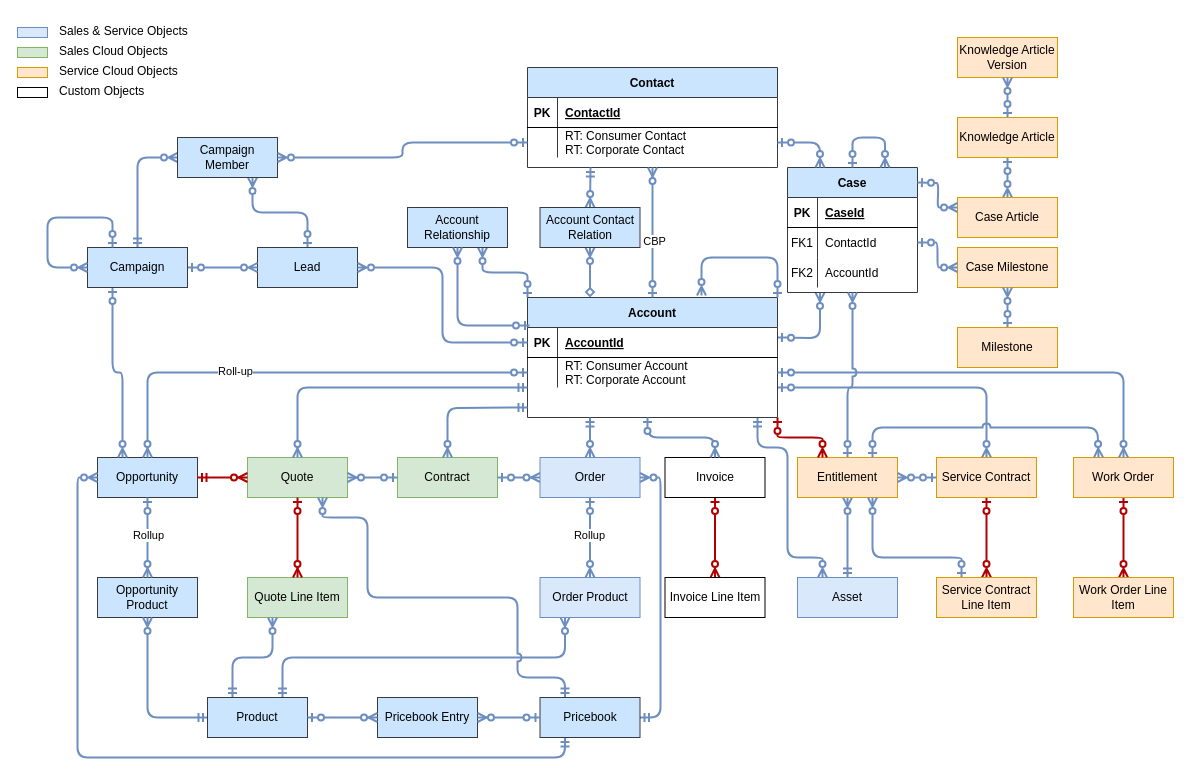
The draw.io diagram page "Sales-Service" (1 of 4) of data_models.drawio in sivanandjothy/arkangel, before the edit. Source tidied: cells renumbered, new cells numbered last; positions are measured from the earlier drawing's top-left corner, leaving out a move shared by most shapes. Both pictures are drawn from the tidied source at 100%, with x=0, y=0 at pixel (17, 17).
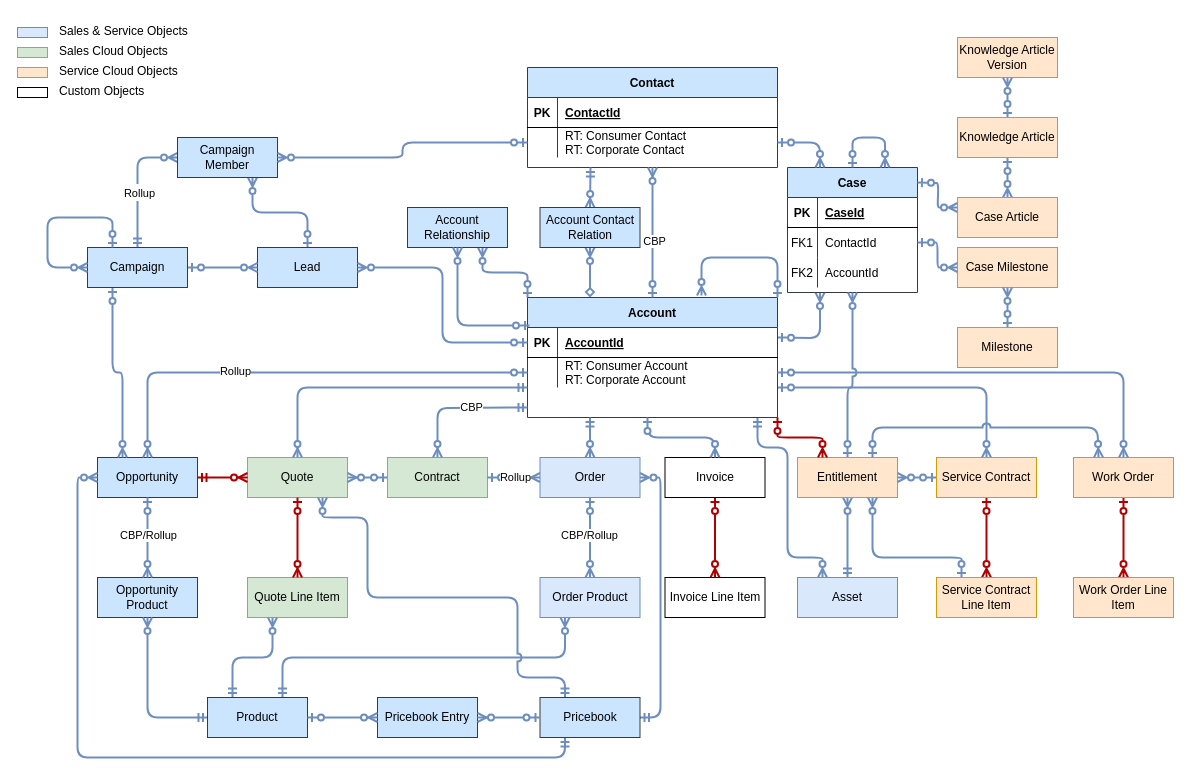
The same page after the edit.

Unchanged cells that the change refers to:
```xml
<mxCell id="37" style="edgeStyle=orthogonalEdgeStyle;fontSize=12;html=1;endArrow=ERzeroToMany;startArrow=ERzeroToOne;rounded=1;strokeColor=#6c8ebf;jumpStyle=arc;orthogonal=0;snapToPoint=0;entryX=0.5;entryY=0;entryDx=0;entryDy=0;exitX=0;exitY=0.5;exitDx=0;exitDy=0;fillColor=#dae8fc;gradientColor=#7ea6e0;strokeWidth=2;" parent="1" edge="1" source="11" target="35">
  <mxGeometry x="-0.93" relative="1" as="geometry" />
</mxCell>
<mxCell id="39" style="fontSize=12;html=1;endArrow=ERzeroToMany;startArrow=ERzeroToOne;rounded=1;strokeColor=#6c8ebf;jumpStyle=arc;orthogonal=0;snapToPoint=0;exitX=0.5;exitY=1;exitDx=0;exitDy=0;entryX=0.5;entryY=0;entryDx=0;entryDy=0;fillColor=#dae8fc;gradientColor=#7ea6e0;strokeWidth=2;" parent="1" edge="1" source="35" target="36">
  <mxGeometry x="-0.93" relative="1" as="geometry" />
</mxCell>
<mxCell id="47" style="edgeStyle=orthogonalEdgeStyle;rounded=1;jumpStyle=arc;jettySize=auto;html=1;strokeColor=#6c8ebf;strokeWidth=2;startArrow=ERzeroToOne;startFill=0;endArrow=ERzeroToMany;endFill=0;fontSize=12;fillColor=#dae8fc;gradientColor=#7ea6e0;" parent="1" edge="1" source="49" target="50">
  <mxGeometry relative="1" as="geometry" />
</mxCell>
<mxCell id="51" style="edgeStyle=orthogonalEdgeStyle;fontSize=12;html=1;endArrow=ERzeroToMany;startArrow=ERmandOne;rounded=1;strokeColor=#6c8ebf;jumpStyle=arc;orthogonal=0;snapToPoint=0;entryX=0.5;entryY=0;entryDx=0;entryDy=0;startFill=0;fillColor=#dae8fc;gradientColor=#7ea6e0;strokeWidth=2;" parent="1" edge="1" target="46">
  <mxGeometry x="-0.93" relative="1" as="geometry">
    <mxPoint x="510" y="390" as="sourcePoint" />
  </mxGeometry>
</mxCell>
<mxCell id="53" style="fontSize=12;html=1;endArrow=ERzeroToMany;startArrow=ERzeroToOne;rounded=1;strokeColor=#6c8ebf;jumpStyle=arc;orthogonal=0;snapToPoint=0;exitX=1;exitY=0.5;exitDx=0;exitDy=0;entryX=0;entryY=0.5;entryDx=0;entryDy=0;fillColor=#dae8fc;gradientColor=#7ea6e0;strokeWidth=2;" parent="1" edge="1" source="46" target="49">
  <mxGeometry x="-0.93" relative="1" as="geometry" />
</mxCell>
<mxCell id="87" style="edgeStyle=orthogonalEdgeStyle;rounded=1;jumpStyle=arc;jettySize=auto;html=1;exitX=0.5;exitY=0;exitDx=0;exitDy=0;entryX=0;entryY=0.5;entryDx=0;entryDy=0;strokeColor=#6e8ebf;strokeWidth=2;startArrow=ERmandOne;startFill=0;endArrow=ERzeroToMany;endFill=0;" parent="1" edge="1" source="90" target="91">
  <mxGeometry relative="1" as="geometry" />
</mxCell>
```

The edit, as a diff of the source:
```diff
@@
-    <mxCell id="38" value="Roll-up" style="edgeLabel;html=1;align=center;verticalAlign=middle;" parent="37" vertex="1">
+    <mxCell id="38" value="Rollup" style="edgeLabel;html=1;align=center;verticalAlign=middle;" parent="37" vertex="1">
       <mxGeometry x="0.26" y="-2" relative="1" as="geometry" />
     </mxCell>
@@
-    <mxCell id="40" value="Rollup" style="edgeLabel;html=1;align=center;verticalAlign=middle;" parent="39" vertex="1">
+    <mxCell id="40" value="CBP/Rollup" style="edgeLabel;html=1;align=center;verticalAlign=middle;" parent="39" vertex="1">
       <mxGeometry x="-0.07" relative="1" as="geometry" />
     </mxCell>
@@
     <mxCell id="46" value="Contract" style="whiteSpace=wrap;html=1;align=center;fillColor=#d5e8d4;strokeColor=#82b366;" parent="1" vertex="1">
-      <mxGeometry x="380" y="440" width="100" height="40" as="geometry" />
+      <mxGeometry x="370" y="440" width="100" height="40" as="geometry" />
     </mxCell>
@@
-    <mxCell id="48" value="Rollup" style="edgeLabel;html=1;align=center;verticalAlign=middle;" parent="47" vertex="1">
+    <mxCell id="48" value="CBP/Rollup" style="edgeLabel;html=1;align=center;verticalAlign=middle;" parent="47" vertex="1">
       <mxGeometry x="-0.07" y="-1" relative="1" as="geometry" />
     </mxCell>
@@
+    <mxCell id="118" value="CBP" style="edgeLabel;html=1;align=center;verticalAlign=middle;fontSize=11;fontFamily=Helvetica;fontColor=default;" parent="51" vertex="1">
+      <mxGeometry x="-0.2" y="-1" relative="1" as="geometry" />
+    </mxCell>
@@
+    <mxCell id="119" value="Rollup" style="edgeLabel;html=1;align=center;verticalAlign=middle;fontSize=11;fontFamily=Helvetica;fontColor=default;" parent="53" vertex="1">
+      <mxGeometry x="0.04" y="1" relative="1" as="geometry" />
+    </mxCell>
@@
+    <mxCell id="120" value="&lt;font style=&quot;font-size: 11px;&quot;&gt;Rollup&lt;/font&gt;" style="edgeLabel;html=1;align=center;verticalAlign=middle;fontSize=14;fontFamily=Helvetica;fontColor=default;" parent="87" vertex="1">
+      <mxGeometry x="-0.14" y="-1" relative="1" as="geometry" />
+    </mxCell>
```
